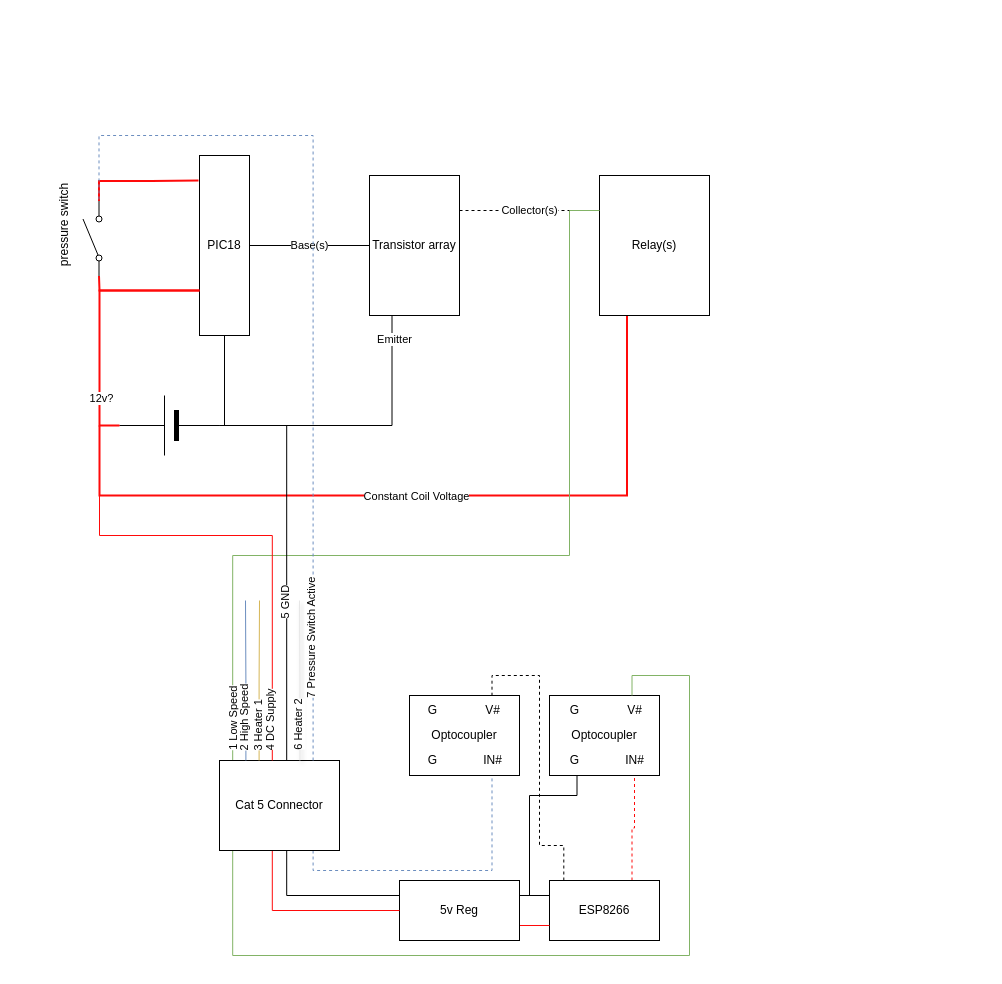
This is Wiring Diagram.drawio from PaulWieland/HotTubControl, a draw.io file, before an edit. Source tidied: cells renumbered, new cells numbered last; positions are measured from the earlier drawing's top-left corner, leaving out a move shared by most shapes. Both pictures are drawn from the tidied source at 100%, with x=0, y=0 at pixel (9, 135).
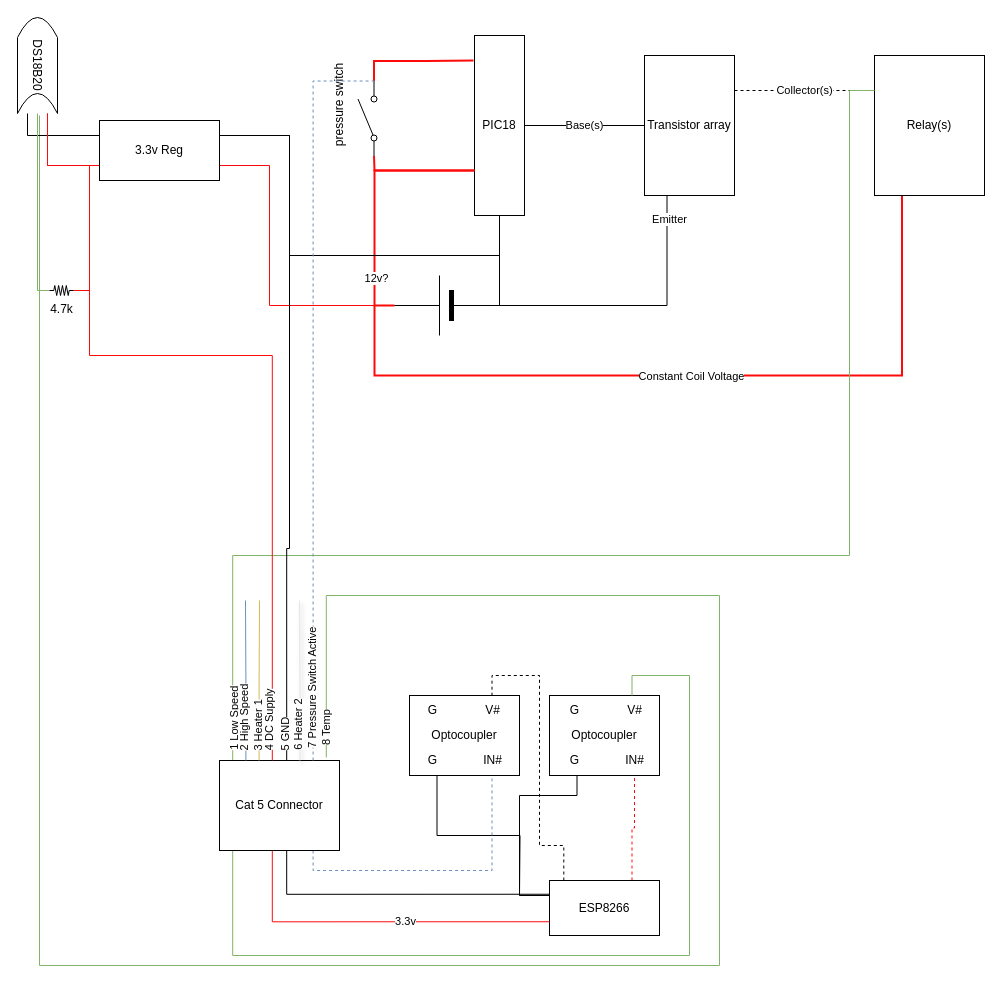
Above is the later version.

Commit message (it also covers changes not shown here):
VS Code & Diagram

Unchanged cells that the change refers to:
```xml
<mxCell id="19" value="Optocoupler" style="rounded=0;whiteSpace=wrap;html=1;" parent="1" vertex="1">
  <mxGeometry x="540" y="560" width="110" height="80" as="geometry" />
</mxCell>
<mxCell id="37" value="Cat 5 Connector" style="rounded=0;whiteSpace=wrap;html=1;points=[[0.11,0,0,0,0],[0.11,1,0,0,0],[0.22,0,0,0,0],[0.22,1,0,0,0],[0.33,0,0,0,0],[0.33,1,0,0,0],[0.44,0,0,0,0],[0.44,1,0,0,0],[0.56,0,0,0,0],[0.56,1,0,0,0],[0.67,0,0,0,0],[0.67,1,0,0,0],[0.78,0,0,0,0],[0.78,1,0,0,0],[0.89,0,0,0,0],[0.89,1,0,0,0]];" parent="1" vertex="1">
  <mxGeometry x="210" y="625" width="120" height="90" as="geometry" />
</mxCell>
<mxCell id="50" value="Optocoupler" style="rounded=0;whiteSpace=wrap;html=1;" parent="1" vertex="1">
  <mxGeometry x="400" y="560" width="110" height="80" as="geometry" />
</mxCell>
```

What changed in the source:
```diff
@@
     <mxCell id="3" value="PIC18" style="rounded=0;whiteSpace=wrap;html=1;" parent="1" vertex="1">
-      <mxGeometry x="190" y="20" width="50" height="180" as="geometry" />
+      <mxGeometry x="465" y="-100" width="50" height="180" as="geometry" />
     </mxCell>
@@
     <mxCell id="5" style="shape=mxgraph.electrical.electro-mechanical.singleSwitch;elSwitchState=off;rotation=-90;" parent="1" vertex="1">
-      <mxGeometry x="46" y="93" width="75" height="20" as="geometry" />
+      <mxGeometry x="321" y="-27" width="75" height="20" as="geometry" />
     </mxCell>
     <mxCell id="6" style="endArrow=none;html=1;rounded=0;entryX=0;entryY=0.8;entryDx=0;entryDy=0;exitX=0;exitY=0.75;exitDx=0;exitDy=0;fillColor=#f8cecc;strokeColor=#FF0A0A;strokeWidth=2;" parent="1" edge="1" source="3" target="5">
       <mxGeometry relative="1" as="geometry">
         <Array as="points">
-          <mxPoint x="90" y="155" />
+          <mxPoint x="365" y="35" />
         </Array>
       </mxGeometry>
     </mxCell>
@@
     <mxCell id="9" style="edgeStyle=orthogonalEdgeStyle;rounded=0;jettySize=auto;html=1;exitX=0;exitY=0.5;exitDx=0;exitDy=0;exitPerimeter=0;entryX=0.5;entryY=1;entryDx=0;entryDy=0;endArrow=none;endFill=0;" parent="1" edge="1" source="10" target="3">
       <mxGeometry relative="1" as="geometry">
         <Array as="points">
-          <mxPoint x="215" y="290" />
+          <mxPoint x="490" y="170" />
         </Array>
       </mxGeometry>
     </mxCell>
+    <mxCell id="55" style="edgeStyle=orthogonalEdgeStyle;rounded=0;jettySize=auto;html=1;exitX=0;exitY=0.5;exitDx=0;exitDy=0;exitPerimeter=0;entryX=1;entryY=0.25;entryDx=0;entryDy=0;shadow=0;strokeColor=#000000;strokeWidth=1;endArrow=none;endFill=0;" parent="1" edge="1" source="10" target="64">
+      <mxGeometry relative="1" as="geometry">
+        <Array as="points">
+          <mxPoint x="490" y="170" />
+          <mxPoint x="490" y="120" />
+          <mxPoint x="280" y="120" />
+          <mxPoint x="280" />
+        </Array>
+      </mxGeometry>
+    </mxCell>
+    <mxCell id="56" style="edgeStyle=orthogonalEdgeStyle;rounded=0;jettySize=auto;html=1;exitX=1;exitY=0.5;exitDx=0;exitDy=0;exitPerimeter=0;entryX=1;entryY=0.75;entryDx=0;entryDy=0;shadow=0;strokeColor=#FF0A0A;strokeWidth=1;endArrow=none;endFill=0;" parent="1" edge="1" source="10" target="64">
+      <mxGeometry relative="1" as="geometry">
+        <Array as="points">
+          <mxPoint x="260" y="170" />
+          <mxPoint x="260" y="30" />
+        </Array>
+      </mxGeometry>
+    </mxCell>
     <mxCell id="10" style="verticalLabelPosition=bottom;shadow=0;dashed=0;align=center;fillColor=strokeColor;html=1;verticalAlign=top;strokeWidth=1;shape=mxgraph.electrical.miscellaneous.monocell_battery;rotation=-180;" parent="1" vertex="1">
-      <mxGeometry x="110" y="260" width="100" height="60" as="geometry" />
+      <mxGeometry x="385" y="140" width="100" height="60" as="geometry" />
     </mxCell>
     <mxCell id="11" value="pressure switch" style="text;html=1;align=center;verticalAlign=middle;strokeColor=none;fillColor=none;rotation=-90;" parent="1" vertex="1">
-      <mxGeometry y="75" width="110" height="30" as="geometry" />
+      <mxGeometry x="275" y="-45" width="110" height="30" as="geometry" />
     </mxCell>
     <mxCell id="12" style="edgeStyle=orthogonalEdgeStyle;rounded=0;jettySize=auto;html=1;exitX=0.25;exitY=1;exitDx=0;exitDy=0;endArrow=none;endFill=0;" parent="1" edge="1" source="15" target="10">
       <mxGeometry relative="1" as="geometry">
         <Array as="points">
-          <mxPoint x="383" y="290" />
+          <mxPoint x="658" y="170" />
         </Array>
       </mxGeometry>
     </mxCell>
@@
     <mxCell id="15" value="Transistor array" style="rounded=0;whiteSpace=wrap;html=1;" parent="1" vertex="1">
-      <mxGeometry x="360" y="40" width="90" height="140" as="geometry" />
+      <mxGeometry x="635" y="-80" width="90" height="140" as="geometry" />
     </mxCell>
     <mxCell id="16" style="edgeStyle=orthogonalEdgeStyle;rounded=0;jettySize=auto;html=1;exitX=0.25;exitY=1;exitDx=0;exitDy=0;endArrow=none;endFill=0;strokeColor=#FF0A0A;strokeWidth=2;" parent="1" edge="1" source="18">
       <mxGeometry relative="1" as="geometry">
-        <mxPoint x="90" y="290" as="targetPoint" />
+        <mxPoint x="365" y="170" as="targetPoint" />
         <Array as="points">
-          <mxPoint x="618" y="360" />
-          <mxPoint x="90" y="360" />
+          <mxPoint x="893" y="240" />
+          <mxPoint x="365" y="240" />
         </Array>
       </mxGeometry>
     </mxCell>
@@
     <mxCell id="18" value="Relay(s)" style="rounded=0;whiteSpace=wrap;html=1;" parent="1" vertex="1">
-      <mxGeometry x="590" y="40" width="110" height="140" as="geometry" />
+      <mxGeometry x="865" y="-80" width="110" height="140" as="geometry" />
     </mxCell>
@@
-    <mxCell id="24" style="edgeStyle=orthogonalEdgeStyle;rounded=0;jettySize=auto;html=1;exitX=1;exitY=0.25;exitDx=0;exitDy=0;entryX=0.25;entryY=1;entryDx=0;entryDy=0;strokeColor=#000000;strokeWidth=1;endArrow=none;endFill=0;" parent="1" edge="1" source="30" target="19">
+    <mxCell id="24" style="edgeStyle=orthogonalEdgeStyle;rounded=0;jettySize=auto;html=1;exitX=1;exitY=0.25;exitDx=0;exitDy=0;entryX=0.25;entryY=1;entryDx=0;entryDy=0;strokeColor=#000000;strokeWidth=1;endArrow=none;endFill=0;" parent="1" edge="1" target="19">
       <mxGeometry relative="1" as="geometry">
+        <mxPoint x="510" y="760" as="sourcePoint" />
         <Array as="points">
-          <mxPoint x="520" y="760" />
-          <mxPoint x="520" y="660" />
+          <mxPoint x="510" y="660" />
           <mxPoint x="568" y="660" />
         </Array>
       </mxGeometry>
     </mxCell>
@@
     <mxCell id="27" value="ESP8266" style="rounded=0;whiteSpace=wrap;html=1;points=[[0,0,0,0,0],[0,0.25,0,0,0],[0,0.5,0,0,0],[0,0.75,0,0,0],[0,1,0,0,0],[0.13,0,0,0,0],[0.25,0,0,0,0],[0.25,1,0,0,0],[0.5,0,0,0,0],[0.5,1,0,0,0],[0.75,0,0,0,0],[0.75,1,0,0,0],[1,0,0,0,0],[1,0.25,0,0,0],[1,0.5,0,0,0],[1,0.75,0,0,0],[1,1,0,0,0]];" parent="1" vertex="1">
-      <mxGeometry x="540" y="745" width="110" height="60" as="geometry" />
+      <mxGeometry x="540" y="745" width="110" height="55" as="geometry" />
     </mxCell>
-    <mxCell id="28" style="edgeStyle=orthogonalEdgeStyle;rounded=0;jettySize=auto;html=1;exitX=1;exitY=0.25;exitDx=0;exitDy=0;entryX=0;entryY=0.25;entryDx=0;entryDy=0;shadow=0;strokeColor=#000000;strokeWidth=1;endArrow=none;endFill=0;" parent="1" edge="1" source="30" target="27">
-      <mxGeometry relative="1" as="geometry" />
+    <mxCell id="28" style="edgeStyle=orthogonalEdgeStyle;rounded=0;jettySize=auto;html=1;exitX=1;exitY=0.25;exitDx=0;exitDy=0;entryX=0;entryY=0.25;entryDx=0;entryDy=0;shadow=0;strokeColor=#000000;strokeWidth=1;endArrow=none;endFill=0;" parent="1" edge="1" target="27">
+      <mxGeometry relative="1" as="geometry">
+        <mxPoint x="510" y="760" as="sourcePoint" />
+      </mxGeometry>
     </mxCell>
-    <mxCell id="29" style="edgeStyle=orthogonalEdgeStyle;rounded=0;jettySize=auto;html=1;exitX=1;exitY=0.75;exitDx=0;exitDy=0;entryX=0;entryY=0.75;entryDx=0;entryDy=0;shadow=0;strokeColor=#FF0A0A;strokeWidth=1;endArrow=none;endFill=0;" parent="1" edge="1" source="30" target="27">
-      <mxGeometry relative="1" as="geometry" />
-    </mxCell>
-    <mxCell id="30" value="5v Reg" style="rounded=0;whiteSpace=wrap;html=1;" parent="1" vertex="1">
-      <mxGeometry x="390" y="745" width="120" height="60" as="geometry" />
-    </mxCell>
+    <mxCell id="57" style="edgeStyle=orthogonalEdgeStyle;rounded=0;jettySize=auto;html=1;exitX=1;exitY=0.25;exitDx=0;exitDy=0;entryX=0.25;entryY=1;entryDx=0;entryDy=0;shadow=0;strokeColor=#000000;strokeWidth=1;endArrow=none;endFill=0;" parent="1" edge="1" target="50">
+      <mxGeometry relative="1" as="geometry">
+        <mxPoint x="510" y="760" as="sourcePoint" />
+      </mxGeometry>
+    </mxCell>
     <mxCell id="31" style="edgeStyle=orthogonalEdgeStyle;rounded=0;jettySize=auto;html=1;exitX=0.11;exitY=0;exitDx=0;exitDy=0;exitPerimeter=0;strokeColor=#82b366;strokeWidth=1;endArrow=none;endFill=0;fillColor=#d5e8d4;entryX=0;entryY=0.25;entryDx=0;entryDy=0;" parent="1" edge="1" source="37" target="18">
       <mxGeometry relative="1" as="geometry">
         <Array as="points">
           <mxPoint x="223" y="420" />
-          <mxPoint x="560" y="420" />
-          <mxPoint x="560" y="75" />
+          <mxPoint x="840" y="420" />
+          <mxPoint x="840" y="-45" />
         </Array>
       </mxGeometry>
     </mxCell>
     <mxCell id="32" value="1 Low Speed" style="edgeLabel;html=1;align=center;verticalAlign=middle;rotation=-90;" parent="31" vertex="1">
       <mxGeometry x="0.08" y="2" relative="1" as="geometry">
-        <mxPoint x="-290" y="166" as="offset" />
+        <mxPoint x="-502" y="166" as="offset" />
       </mxGeometry>
     </mxCell>
-    <mxCell id="33" style="edgeStyle=orthogonalEdgeStyle;rounded=0;jettySize=auto;html=1;exitX=0.56;exitY=1;exitDx=0;exitDy=0;exitPerimeter=0;entryX=0;entryY=0.25;entryDx=0;entryDy=0;shadow=0;strokeColor=#000000;strokeWidth=1;endArrow=none;endFill=0;" parent="1" edge="1" source="37" target="30">
+    <mxCell id="33" style="edgeStyle=orthogonalEdgeStyle;rounded=0;jettySize=auto;html=1;exitX=0.56;exitY=1;exitDx=0;exitDy=0;exitPerimeter=0;entryX=0;entryY=0.25;entryDx=0;entryDy=0;shadow=0;strokeColor=#000000;strokeWidth=1;endArrow=none;endFill=0;entryPerimeter=0;" parent="1" edge="1" source="37" target="27">
       <mxGeometry relative="1" as="geometry" />
     </mxCell>
-    <mxCell id="34" style="edgeStyle=orthogonalEdgeStyle;rounded=0;jettySize=auto;html=1;exitX=0.44;exitY=1;exitDx=0;exitDy=0;exitPerimeter=0;entryX=0;entryY=0.5;entryDx=0;entryDy=0;shadow=0;strokeColor=#FF0A0A;strokeWidth=1;endArrow=none;endFill=0;" parent="1" edge="1" source="37" target="30">
+    <mxCell id="34" style="edgeStyle=orthogonalEdgeStyle;rounded=0;jettySize=auto;html=1;exitX=0.44;exitY=1;exitDx=0;exitDy=0;exitPerimeter=0;entryX=0;entryY=0.75;entryDx=0;entryDy=0;shadow=0;strokeColor=#FF0A0A;strokeWidth=1;endArrow=none;endFill=0;entryPerimeter=0;" parent="1" edge="1" source="37" target="27">
       <mxGeometry relative="1" as="geometry" />
     </mxCell>
+    <mxCell id="58" value="3.3v" style="edgeLabel;html=1;align=center;verticalAlign=middle;" parent="34" vertex="1">
+      <mxGeometry x="0.17" y="1" relative="1" as="geometry" />
+    </mxCell>
@@
-    <mxCell id="42" style="edgeStyle=orthogonalEdgeStyle;rounded=0;jettySize=auto;html=1;exitX=0.44;exitY=0;exitDx=0;exitDy=0;exitPerimeter=0;strokeColor=#FF0A0A;strokeWidth=1;endArrow=none;endFill=0;fillColor=#f8cecc;entryX=1;entryY=0.5;entryDx=0;entryDy=0;entryPerimeter=0;" parent="1" edge="1" source="37" target="10">
+    <mxCell id="42" style="edgeStyle=orthogonalEdgeStyle;rounded=0;jettySize=auto;html=1;exitX=0.44;exitY=0;exitDx=0;exitDy=0;exitPerimeter=0;strokeColor=#FF0A0A;strokeWidth=1;endArrow=none;endFill=0;fillColor=#f8cecc;entryX=0;entryY=0.75;entryDx=0;entryDy=0;" parent="1" edge="1" source="37" target="64">
       <mxGeometry relative="1" as="geometry">
         <Array as="points">
-          <mxPoint x="263" y="400" />
-          <mxPoint x="90" y="400" />
-          <mxPoint x="90" y="290" />
+          <mxPoint x="263" y="220" />
+          <mxPoint x="80" y="220" />
+          <mxPoint x="80" y="30" />
         </Array>
       </mxGeometry>
     </mxCell>
     <mxCell id="43" value="4 DC Supply" style="edgeLabel;html=1;align=center;verticalAlign=middle;rotation=-90;" parent="42" vertex="1">
       <mxGeometry x="0.08" y="2" relative="1" as="geometry">
-        <mxPoint x="57" y="183" as="offset" />
+        <mxPoint x="16" y="363" as="offset" />
       </mxGeometry>
     </mxCell>
-    <mxCell id="44" style="edgeStyle=orthogonalEdgeStyle;rounded=0;jettySize=auto;html=1;exitX=0.56;exitY=0;exitDx=0;exitDy=0;exitPerimeter=0;strokeColor=#000000;strokeWidth=1;endArrow=none;endFill=0;fillColor=#d5e8d4;entryX=0;entryY=0.5;entryDx=0;entryDy=0;entryPerimeter=0;" parent="1" edge="1" source="37" target="10">
-      <mxGeometry relative="1" as="geometry" />
+    <mxCell id="44" style="edgeStyle=orthogonalEdgeStyle;rounded=0;jettySize=auto;html=1;exitX=0.56;exitY=0;exitDx=0;exitDy=0;exitPerimeter=0;strokeColor=#000000;strokeWidth=1;endArrow=none;endFill=0;fillColor=#d5e8d4;entryX=1;entryY=0.25;entryDx=0;entryDy=0;" parent="1" edge="1" source="37" target="64">
+      <mxGeometry relative="1" as="geometry">
+        <Array as="points">
+          <mxPoint x="277" y="413" />
+          <mxPoint x="280" y="413" />
+          <mxPoint x="280" />
+        </Array>
+      </mxGeometry>
     </mxCell>
     <mxCell id="45" value="5 GND" style="edgeLabel;html=1;align=center;verticalAlign=middle;rotation=-90;" parent="44" vertex="1">
-      <mxGeometry x="0.08" y="2" relative="1" as="geometry">
-        <mxPoint y="60" as="offset" />
+      <mxGeometry x="-0.62" y="-2" relative="1" as="geometry">
+        <mxPoint x="-4" y="108" as="offset" />
       </mxGeometry>
     </mxCell>
@@
     <mxCell id="48" style="edgeStyle=orthogonalEdgeStyle;rounded=0;jettySize=auto;html=1;exitX=0.78;exitY=0;exitDx=0;exitDy=0;exitPerimeter=0;strokeColor=#6c8ebf;strokeWidth=1;endArrow=none;endFill=0;fillColor=#dae8fc;entryX=1;entryY=0.8;entryDx=0;entryDy=0;dashed=1;" parent="1" edge="1" source="37" target="5">
       <mxGeometry relative="1" as="geometry">
         <Array as="points">
-          <mxPoint x="304" />
-          <mxPoint x="90" />
+          <mxPoint x="304" y="-54" />
         </Array>
       </mxGeometry>
     </mxCell>
     <mxCell id="49" value="7 Pressure Switch Active" style="edgeLabel;html=1;align=center;verticalAlign=middle;rotation=-90;" parent="48" vertex="1">
       <mxGeometry x="0.08" y="2" relative="1" as="geometry">
-        <mxPoint y="366" as="offset" />
+        <mxPoint y="328" as="offset" />
       </mxGeometry>
     </mxCell>
@@
+    <mxCell id="59" style="edgeStyle=orthogonalEdgeStyle;rounded=0;orthogonalLoop=1;jettySize=auto;html=1;shadow=0;strokeColor=#82b366;strokeWidth=1;endArrow=none;endFill=0;fillColor=#d5e8d4;entryX=0.89;entryY=0;entryDx=0;entryDy=0;entryPerimeter=0;" parent="1" edge="1">
+      <mxGeometry x="0.97" relative="1" as="geometry">
+        <mxPoint x="30" y="-20" as="sourcePoint" />
+        <mxPoint x="316.8" y="622" as="targetPoint" />
+        <Array as="points">
+          <mxPoint x="30" y="830" />
+          <mxPoint x="710" y="830" />
+          <mxPoint x="710" y="460" />
+          <mxPoint x="317" y="460" />
+        </Array>
+      </mxGeometry>
+    </mxCell>
+    <mxCell id="60" value="8 Temp" style="edgeLabel;html=1;align=center;verticalAlign=middle;rotation=-90;" parent="59" vertex="1">
+      <mxGeometry x="0.91" y="2" relative="1" as="geometry">
+        <mxPoint x="-2" y="81" as="offset" />
+      </mxGeometry>
+    </mxCell>
+    <mxCell id="61" value="DS18B20" style="shape=dataStorage;whiteSpace=wrap;html=1;fixedSize=1;rotation=90;" parent="1" vertex="1">
+      <mxGeometry x="-20" y="-90" width="96" height="40" as="geometry" />
+    </mxCell>
+    <mxCell id="62" style="edgeStyle=orthogonalEdgeStyle;rounded=0;jettySize=auto;html=1;exitX=0;exitY=0.75;exitDx=0;exitDy=0;entryX=1;entryY=0.25;entryDx=0;entryDy=0;shadow=0;strokeColor=#FF0A0A;strokeWidth=1;endArrow=none;endFill=0;" parent="1" edge="1" source="64" target="61">
+      <mxGeometry relative="1" as="geometry" />
+    </mxCell>
+    <mxCell id="63" style="edgeStyle=orthogonalEdgeStyle;rounded=0;jettySize=auto;html=1;exitX=0;exitY=0.25;exitDx=0;exitDy=0;entryX=1;entryY=0.75;entryDx=0;entryDy=0;shadow=0;strokeColor=#000000;strokeWidth=1;endArrow=none;endFill=0;" parent="1" edge="1" source="64" target="61">
+      <mxGeometry relative="1" as="geometry" />
+    </mxCell>
+    <mxCell id="64" value="3.3v Reg" style="rounded=0;whiteSpace=wrap;html=1;" parent="1" vertex="1">
+      <mxGeometry x="90" y="-15" width="120" height="60" as="geometry" />
+    </mxCell>
+    <mxCell id="65" style="edgeStyle=orthogonalEdgeStyle;rounded=0;jettySize=auto;html=1;exitX=1;exitY=0.5;exitDx=0;exitDy=0;exitPerimeter=0;entryX=1;entryY=0.25;entryDx=0;entryDy=0;shadow=0;strokeColor=#FF0A0A;strokeWidth=1;endArrow=none;endFill=0;" parent="1" edge="1" source="67" target="61">
+      <mxGeometry relative="1" as="geometry">
+        <Array as="points">
+          <mxPoint x="80" y="155" />
+          <mxPoint x="80" y="30" />
+          <mxPoint x="38" y="30" />
+        </Array>
+      </mxGeometry>
+    </mxCell>
+    <mxCell id="66" style="edgeStyle=orthogonalEdgeStyle;rounded=0;jettySize=auto;html=1;exitX=0;exitY=0.5;exitDx=0;exitDy=0;exitPerimeter=0;entryX=1;entryY=0.5;entryDx=0;entryDy=0;shadow=0;strokeColor=#82b366;strokeWidth=1;endArrow=none;endFill=0;fillColor=#d5e8d4;" parent="1" edge="1" source="67" target="61">
+      <mxGeometry relative="1" as="geometry">
+        <Array as="points">
+          <mxPoint x="28" y="155" />
+        </Array>
+      </mxGeometry>
+    </mxCell>
+    <mxCell id="67" value="4.7k" style="verticalLabelPosition=bottom;shadow=0;dashed=0;align=center;html=1;verticalAlign=top;shape=mxgraph.electrical.resistors.resistor_2;rotation=0;" parent="1" vertex="1">
+      <mxGeometry x="40" y="150" width="24" height="10" as="geometry" />
+    </mxCell>
```
